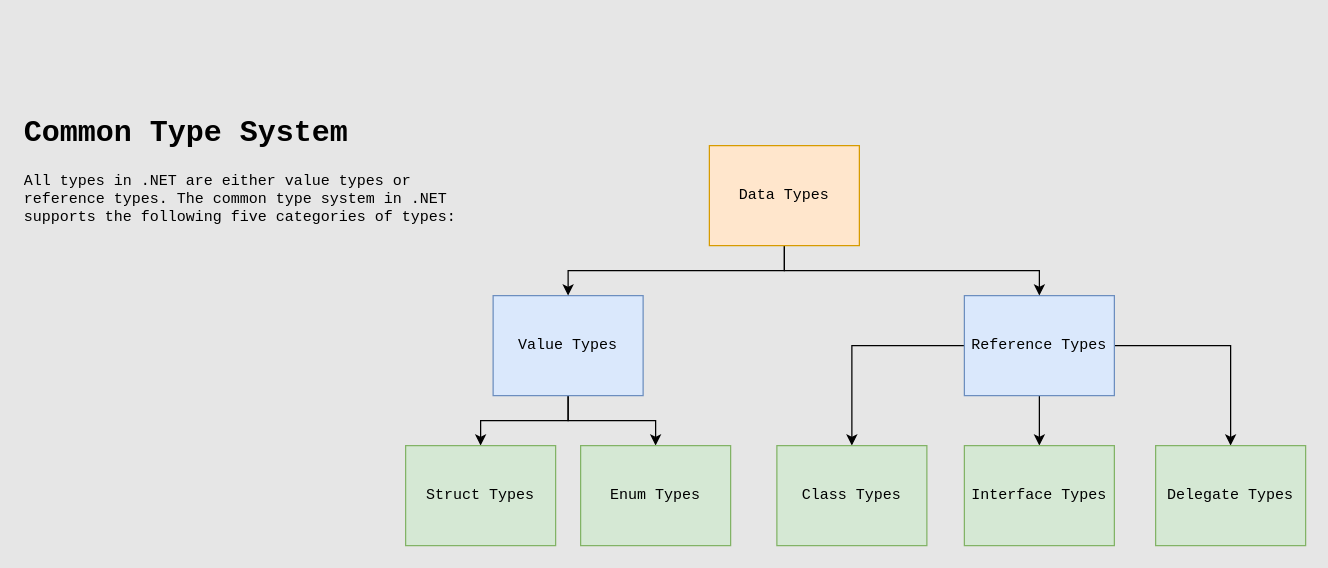
Earlier version of the draw.io diagram page "CTS" (1 of 2) of Resources/Diagrams/CTS & BCL DataTypes/CTS & BCL Data Types.drawio (DigitalDevAcademy/Modern-CSharp-MasterClass). Source tidied: cells renumbered, new cells numbered last; positions are measured from the earlier drawing's top-left corner, leaving out a move shared by most shapes. Both pictures are drawn from the tidied source at 125%, with x=0, y=0 at pixel (21, 108).
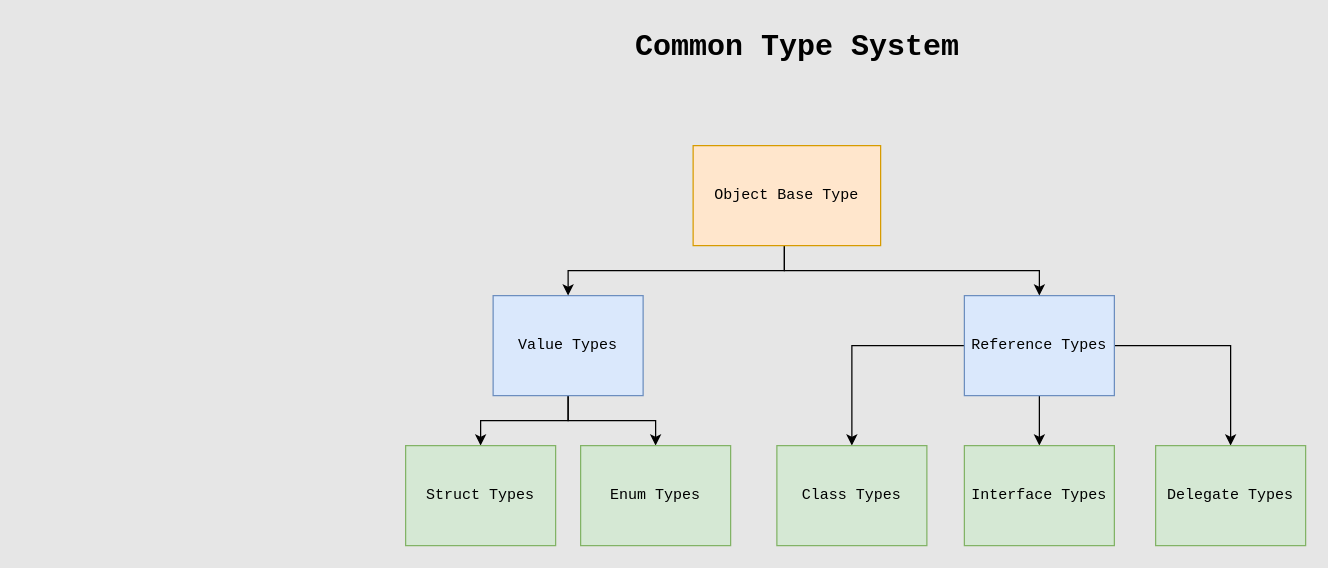
After the change.

What changed in the source:
```diff
@@
-    <mxCell id="11" value="Data Types" style="rounded=0;whiteSpace=wrap;html=1;fillColor=#ffe6cc;strokeColor=#d79b00;fontFamily=Courier New;" parent="1" vertex="1">
-      <mxGeometry x="550" y="30" width="120" height="80" as="geometry" />
+    <mxCell id="11" value="Object Base Type" style="rounded=0;whiteSpace=wrap;html=1;fillColor=#ffe6cc;strokeColor=#d79b00;fontFamily=Courier New;" parent="1" vertex="1">
+      <mxGeometry x="537" y="30" width="150" height="80" as="geometry" />
     </mxCell>
@@
-    <mxCell id="17" value="&lt;h1 style=&quot;margin-top: 0px;&quot;&gt;Common Type System&lt;/h1&gt;&lt;p&gt;All types in .NET are either value types or reference types. The common type system in .NET supports the following five categories of types:&lt;/p&gt;" style="text;html=1;whiteSpace=wrap;overflow=hidden;rounded=0;fontFamily=Courier New;" parent="1" vertex="1">
-      <mxGeometry width="367" height="124" as="geometry" />
+    <mxCell id="17" value="&lt;h1 style=&quot;margin-top: 0px;&quot;&gt;Common Type System&lt;/h1&gt;&lt;p&gt;&lt;br&gt;&lt;/p&gt;" style="text;html=1;whiteSpace=wrap;overflow=hidden;rounded=0;fontFamily=Courier New;" parent="1" vertex="1">
+      <mxGeometry x="489" y="-69" width="265" height="34" as="geometry" />
     </mxCell>
```
